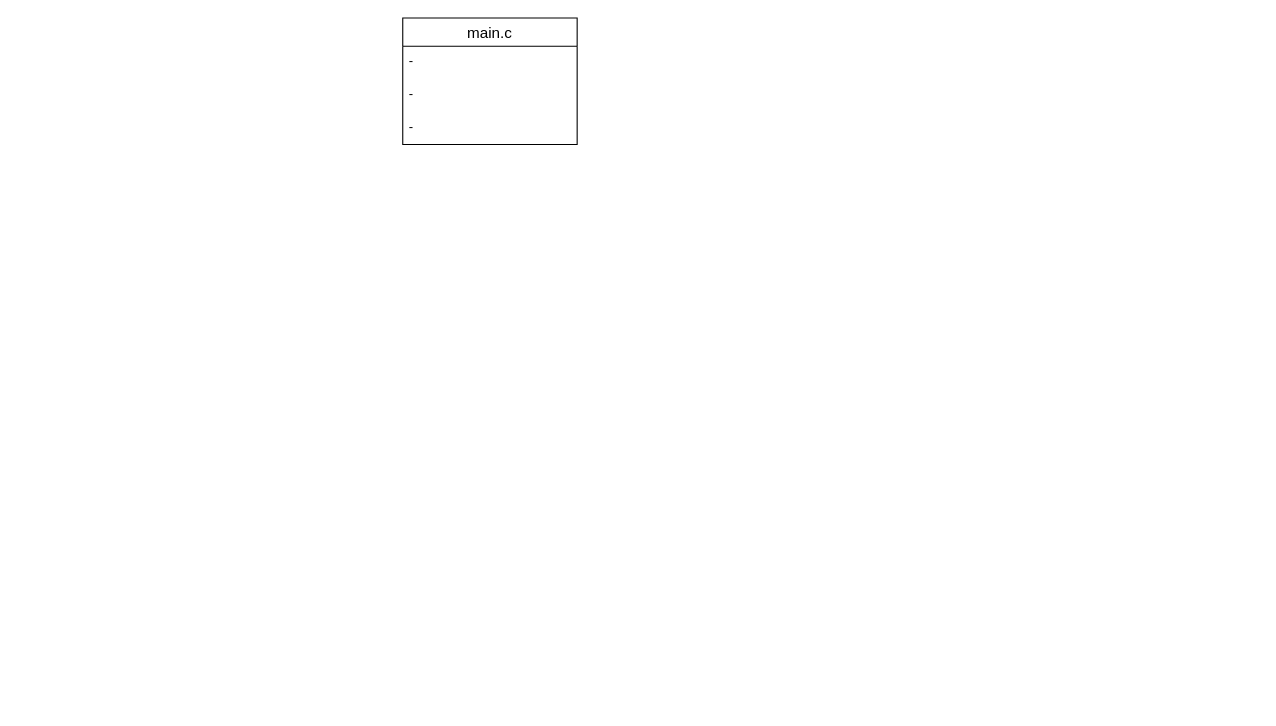
This is drawio/cub3d.drawio from meong99/42_seoul, a draw.io file, before an edit. Source tidied: cells renumbered, new cells numbered last; positions are measured from the earlier drawing's top-left corner, leaving out a move shared by most shapes. Both pictures are drawn from the tidied source at 109%, with x=0, y=0 at pixel (402, 17).
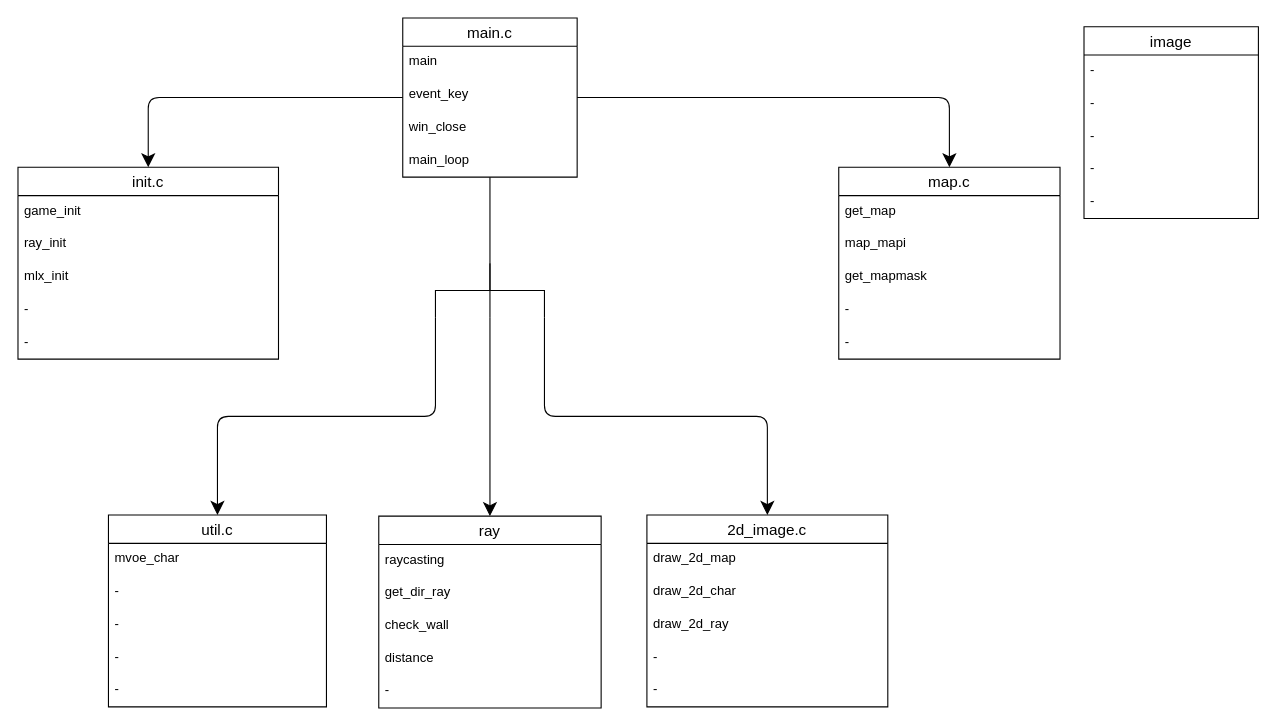
Above is the later version.

Diff of the diagram source:
```diff
@@
     <mxCell id="2" value="main.c" style="swimlane;fontStyle=0;horizontal=1;startSize=26;align=center;fontSize=14;fillColor=#FFFFFF;" parent="1" vertex="1">
-      <mxGeometry width="160" height="116" as="geometry" />
+      <mxGeometry width="160" height="146" as="geometry" />
     </mxCell>
-    <mxCell id="3" value="-" style="text;strokeColor=none;fillColor=none;spacingLeft=4;spacingRight=4;overflow=hidden;fontSize=12;" parent="2" vertex="1">
-      <mxGeometry y="26" width="160" height="30" as="geometry" />
-    </mxCell>
-    <mxCell id="4" value="-" style="text;strokeColor=none;fillColor=none;spacingLeft=4;spacingRight=4;overflow=hidden;fontSize=12;" parent="2" vertex="1">
-      <mxGeometry y="56" width="160" height="30" as="geometry" />
+    <mxCell id="4" value="main" style="text;strokeColor=none;fillColor=none;spacingLeft=4;spacingRight=4;overflow=hidden;fontSize=12;" parent="2" vertex="1">
+      <mxGeometry y="26" width="160" height="30" as="geometry" />
     </mxCell>
-    <mxCell id="5" value="-" style="text;strokeColor=none;fillColor=none;spacingLeft=4;spacingRight=4;overflow=hidden;fontSize=12;" parent="2" vertex="1">
-      <mxGeometry y="86" width="160" height="30" as="geometry" />
+    <mxCell id="5" value="event_key" style="text;strokeColor=none;fillColor=none;spacingLeft=4;spacingRight=4;overflow=hidden;fontSize=12;" parent="2" vertex="1">
+      <mxGeometry y="56" width="160" height="30" as="geometry" />
     </mxCell>
+    <mxCell id="6" value="win_close" style="text;strokeColor=none;fillColor=none;spacingLeft=4;spacingRight=4;overflow=hidden;fontSize=12;" parent="2" vertex="1">
+      <mxGeometry y="86" width="160" height="30" as="geometry" />
+    </mxCell>
+    <mxCell id="7" value="main_loop" style="text;strokeColor=none;fillColor=none;spacingLeft=4;spacingRight=4;overflow=hidden;fontSize=12;" parent="2" vertex="1">
+      <mxGeometry y="116" width="160" height="30" as="geometry" />
+    </mxCell>
+    <mxCell id="8" style="edgeStyle=orthogonalEdgeStyle;rounded=1;jumpStyle=arc;jumpSize=20;jettySize=auto;html=1;startArrow=none;startFill=0;startSize=7;endArrow=classic;endFill=1;endSize=10;targetPerimeterSpacing=5;strokeWidth=1;entryX=0.5;entryY=0;entryDx=0;entryDy=0;" parent="1" edge="1" source="2" target="9">
+      <mxGeometry relative="1" as="geometry" />
+    </mxCell>
+    <mxCell id="9" value="map.c" style="swimlane;fontStyle=0;horizontal=1;startSize=26;align=center;fontSize=14;fillColor=#FFFFFF;" parent="1" vertex="1">
+      <mxGeometry x="400" y="137" width="203" height="176" as="geometry" />
+    </mxCell>
+    <mxCell id="10" value="get_map" style="text;strokeColor=none;fillColor=none;spacingLeft=4;spacingRight=4;overflow=hidden;fontSize=12;" parent="9" vertex="1">
+      <mxGeometry y="26" width="203" height="30" as="geometry" />
+    </mxCell>
+    <mxCell id="11" value="map_mapi" style="text;strokeColor=none;fillColor=none;spacingLeft=4;spacingRight=4;overflow=hidden;fontSize=12;" parent="9" vertex="1">
+      <mxGeometry y="56" width="203" height="30" as="geometry" />
+    </mxCell>
+    <mxCell id="12" value="get_mapmask" style="text;strokeColor=none;fillColor=none;spacingLeft=4;spacingRight=4;overflow=hidden;fontSize=12;" parent="9" vertex="1">
+      <mxGeometry y="86" width="203" height="30" as="geometry" />
+    </mxCell>
+    <mxCell id="13" value="-" style="text;strokeColor=none;fillColor=none;spacingLeft=4;spacingRight=4;overflow=hidden;fontSize=12;" parent="9" vertex="1">
+      <mxGeometry y="116" width="203" height="30" as="geometry" />
+    </mxCell>
+    <mxCell id="14" value="-" style="text;strokeColor=none;fillColor=none;spacingLeft=4;spacingRight=4;overflow=hidden;fontSize=12;" parent="9" vertex="1">
+      <mxGeometry y="146" width="203" height="30" as="geometry" />
+    </mxCell>
+    <mxCell id="15" value="2d_image.c" style="swimlane;fontStyle=0;horizontal=1;startSize=26;align=center;fontSize=14;fillColor=#FFFFFF;" parent="1" vertex="1">
+      <mxGeometry x="224" y="456" width="221" height="176" as="geometry" />
+    </mxCell>
+    <mxCell id="16" value="draw_2d_map" style="text;strokeColor=none;fillColor=none;spacingLeft=4;spacingRight=4;overflow=hidden;fontSize=12;" parent="15" vertex="1">
+      <mxGeometry y="26" width="221" height="30" as="geometry" />
+    </mxCell>
+    <mxCell id="17" value="draw_2d_char" style="text;strokeColor=none;fillColor=none;spacingLeft=4;spacingRight=4;overflow=hidden;fontSize=12;" parent="15" vertex="1">
+      <mxGeometry y="56" width="221" height="30" as="geometry" />
+    </mxCell>
+    <mxCell id="18" value="draw_2d_ray" style="text;strokeColor=none;fillColor=none;spacingLeft=4;spacingRight=4;overflow=hidden;fontSize=12;" parent="15" vertex="1">
+      <mxGeometry y="86" width="221" height="30" as="geometry" />
+    </mxCell>
+    <mxCell id="19" value="-" style="text;strokeColor=none;fillColor=none;spacingLeft=4;spacingRight=4;overflow=hidden;fontSize=12;" parent="15" vertex="1">
+      <mxGeometry y="116" width="221" height="30" as="geometry" />
+    </mxCell>
+    <mxCell id="20" value="-" style="text;strokeColor=none;fillColor=none;spacingLeft=4;spacingRight=4;overflow=hidden;fontSize=12;" parent="15" vertex="1">
+      <mxGeometry y="146" width="221" height="30" as="geometry" />
+    </mxCell>
+    <mxCell id="21" value="image" style="swimlane;fontStyle=0;horizontal=1;startSize=26;align=center;fontSize=14;fillColor=#FFFFFF;" parent="1" vertex="1">
+      <mxGeometry x="625" y="8" width="160" height="176" as="geometry" />
+    </mxCell>
+    <mxCell id="22" value="-" style="text;strokeColor=none;fillColor=none;spacingLeft=4;spacingRight=4;overflow=hidden;fontSize=12;" parent="21" vertex="1">
+      <mxGeometry y="26" width="160" height="30" as="geometry" />
+    </mxCell>
+    <mxCell id="23" value="-" style="text;strokeColor=none;fillColor=none;spacingLeft=4;spacingRight=4;overflow=hidden;fontSize=12;" parent="21" vertex="1">
+      <mxGeometry y="56" width="160" height="30" as="geometry" />
+    </mxCell>
+    <mxCell id="24" value="-" style="text;strokeColor=none;fillColor=none;spacingLeft=4;spacingRight=4;overflow=hidden;fontSize=12;" parent="21" vertex="1">
+      <mxGeometry y="86" width="160" height="30" as="geometry" />
+    </mxCell>
+    <mxCell id="25" value="-" style="text;strokeColor=none;fillColor=none;spacingLeft=4;spacingRight=4;overflow=hidden;fontSize=12;" parent="21" vertex="1">
+      <mxGeometry y="116" width="160" height="30" as="geometry" />
+    </mxCell>
+    <mxCell id="26" value="-" style="text;strokeColor=none;fillColor=none;spacingLeft=4;spacingRight=4;overflow=hidden;fontSize=12;" parent="21" vertex="1">
+      <mxGeometry y="146" width="160" height="30" as="geometry" />
+    </mxCell>
+    <mxCell id="27" value="util.c" style="swimlane;fontStyle=0;horizontal=1;startSize=26;align=center;fontSize=14;fillColor=#FFFFFF;" parent="1" vertex="1">
+      <mxGeometry x="-270" y="456" width="200" height="176" as="geometry" />
+    </mxCell>
+    <mxCell id="28" value="mvoe_char" style="text;strokeColor=none;fillColor=none;spacingLeft=4;spacingRight=4;overflow=hidden;fontSize=12;" parent="27" vertex="1">
+      <mxGeometry y="26" width="200" height="30" as="geometry" />
+    </mxCell>
+    <mxCell id="29" value="-" style="text;strokeColor=none;fillColor=none;spacingLeft=4;spacingRight=4;overflow=hidden;fontSize=12;" parent="27" vertex="1">
+      <mxGeometry y="56" width="200" height="30" as="geometry" />
+    </mxCell>
+    <mxCell id="30" value="-" style="text;strokeColor=none;fillColor=none;spacingLeft=4;spacingRight=4;overflow=hidden;fontSize=12;" parent="27" vertex="1">
+      <mxGeometry y="86" width="200" height="30" as="geometry" />
+    </mxCell>
+    <mxCell id="31" value="-" style="text;strokeColor=none;fillColor=none;spacingLeft=4;spacingRight=4;overflow=hidden;fontSize=12;" parent="27" vertex="1">
+      <mxGeometry y="116" width="200" height="30" as="geometry" />
+    </mxCell>
+    <mxCell id="32" value="-" style="text;strokeColor=none;fillColor=none;spacingLeft=4;spacingRight=4;overflow=hidden;fontSize=12;" parent="27" vertex="1">
+      <mxGeometry y="146" width="200" height="30" as="geometry" />
+    </mxCell>
+    <mxCell id="33" value="ray" style="swimlane;fontStyle=0;horizontal=1;startSize=26;align=center;fontSize=14;fillColor=#FFFFFF;" parent="1" vertex="1">
+      <mxGeometry x="-22" y="457" width="204" height="176" as="geometry" />
+    </mxCell>
+    <mxCell id="34" value="raycasting" style="text;strokeColor=none;fillColor=none;spacingLeft=4;spacingRight=4;overflow=hidden;fontSize=12;" parent="33" vertex="1">
+      <mxGeometry y="26" width="204" height="30" as="geometry" />
+    </mxCell>
+    <mxCell id="35" value="get_dir_ray" style="text;strokeColor=none;fillColor=none;spacingLeft=4;spacingRight=4;overflow=hidden;fontSize=12;" parent="33" vertex="1">
+      <mxGeometry y="56" width="204" height="30" as="geometry" />
+    </mxCell>
+    <mxCell id="36" value="check_wall" style="text;strokeColor=none;fillColor=none;spacingLeft=4;spacingRight=4;overflow=hidden;fontSize=12;" parent="33" vertex="1">
+      <mxGeometry y="86" width="204" height="30" as="geometry" />
+    </mxCell>
+    <mxCell id="37" value="distance" style="text;strokeColor=none;fillColor=none;spacingLeft=4;spacingRight=4;overflow=hidden;fontSize=12;" parent="33" vertex="1">
+      <mxGeometry y="116" width="204" height="30" as="geometry" />
+    </mxCell>
+    <mxCell id="38" value="-" style="text;strokeColor=none;fillColor=none;spacingLeft=4;spacingRight=4;overflow=hidden;fontSize=12;" parent="33" vertex="1">
+      <mxGeometry y="146" width="204" height="30" as="geometry" />
+    </mxCell>
+    <mxCell id="39" style="edgeStyle=orthogonalEdgeStyle;rounded=1;jumpStyle=arc;jumpSize=20;jettySize=auto;html=1;startArrow=none;startFill=0;startSize=7;endArrow=classic;endFill=1;endSize=10;targetPerimeterSpacing=5;strokeWidth=1;entryX=0.5;entryY=0;entryDx=0;entryDy=0;" parent="1" edge="1" source="2" target="40">
+      <mxGeometry relative="1" as="geometry" />
+    </mxCell>
+    <mxCell id="40" value="init.c" style="swimlane;fontStyle=0;horizontal=1;startSize=26;align=center;fontSize=14;fillColor=#FFFFFF;" parent="1" vertex="1">
+      <mxGeometry x="-353" y="137" width="239" height="176" as="geometry" />
+    </mxCell>
+    <mxCell id="41" value="game_init" style="text;strokeColor=none;fillColor=none;spacingLeft=4;spacingRight=4;overflow=hidden;fontSize=12;" parent="40" vertex="1">
+      <mxGeometry y="26" width="239" height="30" as="geometry" />
+    </mxCell>
+    <mxCell id="42" value="ray_init" style="text;strokeColor=none;fillColor=none;spacingLeft=4;spacingRight=4;overflow=hidden;fontSize=12;" parent="40" vertex="1">
+      <mxGeometry y="56" width="239" height="30" as="geometry" />
+    </mxCell>
+    <mxCell id="3" value="mlx_init" style="text;strokeColor=none;fillColor=none;spacingLeft=4;spacingRight=4;overflow=hidden;fontSize=12;" parent="40" vertex="1">
+      <mxGeometry y="86" width="239" height="30" as="geometry" />
+    </mxCell>
+    <mxCell id="43" value="-" style="text;strokeColor=none;fillColor=none;spacingLeft=4;spacingRight=4;overflow=hidden;fontSize=12;" parent="40" vertex="1">
+      <mxGeometry y="116" width="239" height="30" as="geometry" />
+    </mxCell>
+    <mxCell id="44" value="-" style="text;strokeColor=none;fillColor=none;spacingLeft=4;spacingRight=4;overflow=hidden;fontSize=12;" parent="40" vertex="1">
+      <mxGeometry y="146" width="239" height="30" as="geometry" />
+    </mxCell>
+    <mxCell id="45" style="edgeStyle=orthogonalEdgeStyle;rounded=1;sketch=0;jumpStyle=arc;jumpSize=20;jettySize=auto;html=1;exitX=1;exitY=0;exitDx=0;exitDy=0;exitPerimeter=0;startArrow=none;startFill=0;startSize=7;endArrow=classic;endFill=1;endSize=10;targetPerimeterSpacing=0;strokeWidth=1;" parent="1" edge="1" source="49" target="15">
+      <mxGeometry relative="1" as="geometry" />
+    </mxCell>
+    <mxCell id="46" style="edgeStyle=orthogonalEdgeStyle;rounded=1;sketch=0;jumpStyle=arc;jumpSize=20;jettySize=auto;html=1;exitX=0;exitY=0.5;exitDx=0;exitDy=0;exitPerimeter=0;startArrow=none;startFill=0;startSize=7;endArrow=none;endFill=0;endSize=10;targetPerimeterSpacing=0;strokeWidth=1;" parent="1" edge="1" source="49" target="2">
+      <mxGeometry relative="1" as="geometry" />
+    </mxCell>
+    <mxCell id="47" style="edgeStyle=orthogonalEdgeStyle;rounded=1;sketch=0;jumpStyle=arc;jumpSize=20;jettySize=auto;html=1;exitX=1;exitY=0.5;exitDx=0;exitDy=0;exitPerimeter=0;entryX=0.5;entryY=0;entryDx=0;entryDy=0;startArrow=none;startFill=0;startSize=7;endArrow=classic;endFill=1;endSize=10;targetPerimeterSpacing=5;strokeWidth=1;" parent="1" edge="1" source="49" target="33">
+      <mxGeometry relative="1" as="geometry" />
+    </mxCell>
+    <mxCell id="48" style="edgeStyle=orthogonalEdgeStyle;rounded=1;sketch=0;jumpStyle=arc;jumpSize=20;jettySize=auto;html=1;exitX=1;exitY=1;exitDx=0;exitDy=0;exitPerimeter=0;startArrow=none;startFill=0;startSize=7;endArrow=classic;endFill=1;endSize=10;targetPerimeterSpacing=0;strokeWidth=1;" parent="1" edge="1" source="49" target="27">
+      <mxGeometry relative="1" as="geometry" />
+    </mxCell>
+    <mxCell id="49" style="strokeWidth=1;html=1;shape=mxgraph.flowchart.annotation_2;align=left;labelPosition=right;fillColor=#FFFFFF;direction=south;" parent="1" vertex="1">
+      <mxGeometry x="30" y="225" width="100" height="50" as="geometry" />
+    </mxCell>
+    <mxCell id="50" style="edgeStyle=orthogonalEdgeStyle;rounded=1;sketch=0;jumpStyle=none;jumpSize=20;orthogonalLoop=0;jettySize=auto;html=1;exitX=0;exitY=0.5;exitDx=0;exitDy=0;exitPerimeter=0;entryX=1;entryY=0.5;entryDx=0;entryDy=0;entryPerimeter=0;startArrow=none;startFill=0;startSize=7;endArrow=none;endFill=0;endSize=10;targetPerimeterSpacing=5;strokeWidth=1;anchorPointDirection=1;" parent="1" edge="1" source="49" target="49">
+      <mxGeometry relative="1" as="geometry" />
+    </mxCell>
```
